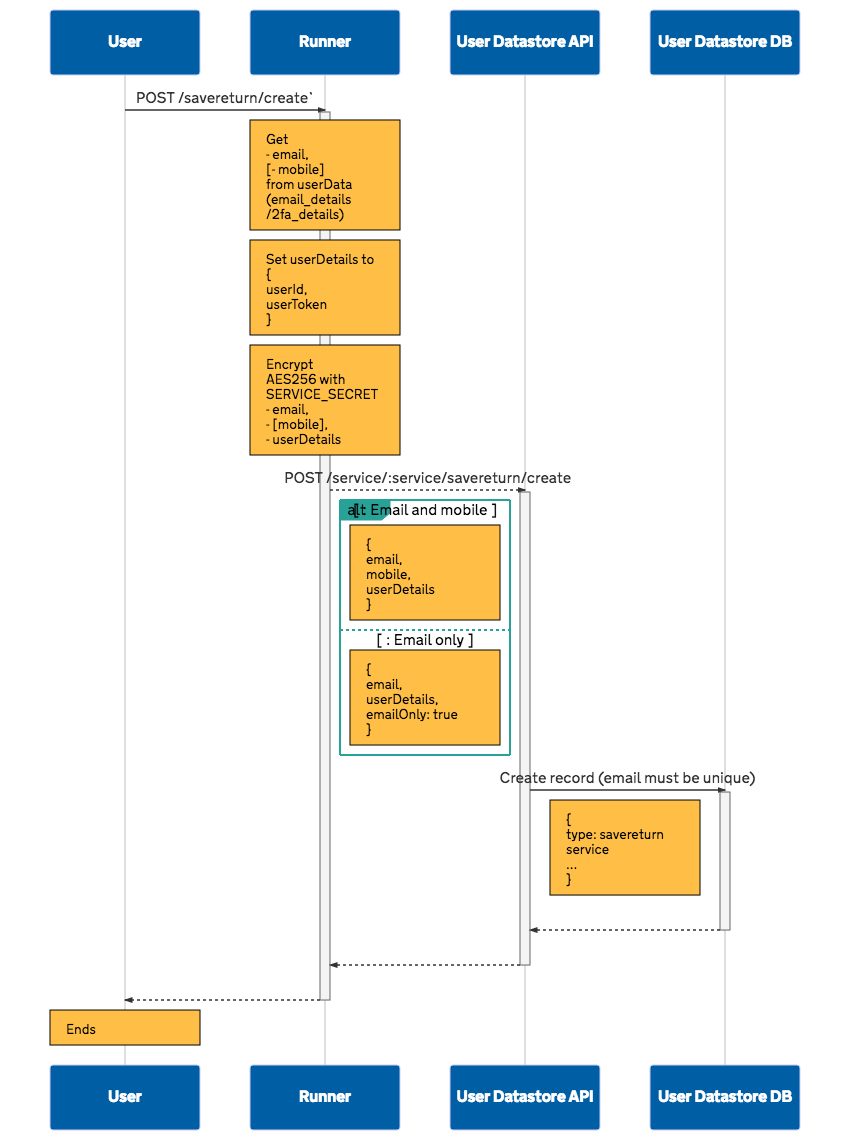
Before: documentation/running/save-and-return/images/return--setup--create-record.png, a diagram exported from Mermaid (ministryofjustice/form-builder). Its source is kept beside it as documentation/running/save-and-return/files/return--setup--create-record.mmd. Its diagram source:
```mermaid
sequenceDiagram

participant U as User

participant R as Runner

participant DS as User Datastore API

participant DB as User Datastore DB

U->>+R: POST /savereturn/create`

Note over R: Get<br>- email,<br>[- mobile]<br>from userData<br>(email_details<br>/2fa_details)

Note over R: Set userDetails to<br>{<br>userId,<br>userToken<br>}

Note over R: Encrypt <br>AES256 with <br>SERVICE_SECRET <br>- email, <br>- [mobile], <br>- userDetails

R-->>+DS: POST /service/:service/savereturn/create

alt: Email and mobile

  Note right of R: {<br>email,<br>mobile, <br>userDetails<br>}

else: Email only

  Note right of R: {<br>email,<br>userDetails, <br>emailOnly: true<br>}

end

DS->>+DB: Create record (email must be unique)

Note right of DS: {<br>type: savereturn<br>service<br>...<br>}

DB-->>-DS:

DS-->>-R:

R-->>-U:

Note over U: Ends
```
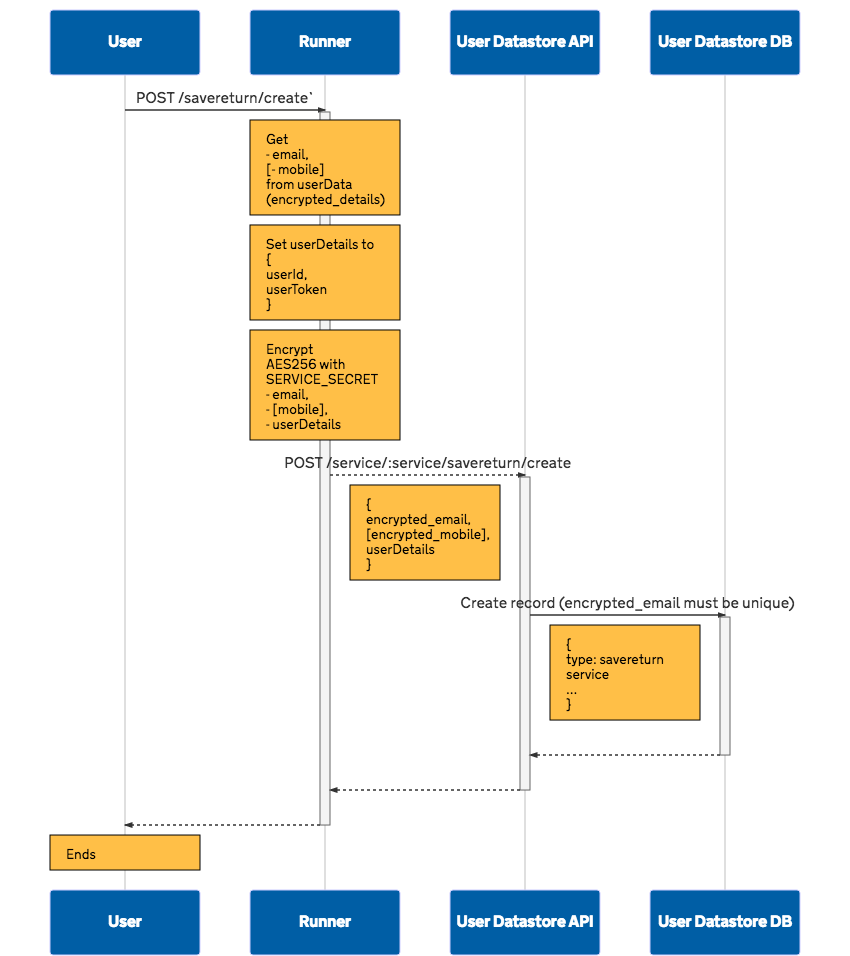
Above is the later version.

Diff of the diagram source:
```diff
@@ -10,25 +10,17 @@
 
 U->>+R: POST /savereturn/create`
 
-Note over R: Get<br>- email,<br>[- mobile]<br>from userData<br>(email_details<br>/2fa_details)
+Note over R: Get<br>- email,<br>[- mobile]<br>from userData<br>(encrypted_details)
 
-Note over R: Set userDetails to<br>{<br>userId,<br>userToken<br>}
+Note over R: Set encrypted_details to<br>{<br>userId,<br>userToken<br>email<br>mobile<br>}
 
-Note over R: Encrypt <br>AES256 with <br>SERVICE_SECRET <br>- email, <br>- [mobile], <br>- userDetails
+Note over R: Encrypt <br>AES256 with <br>SERVICE_SECRET <br>- email, <br>- encrypted_details
 
 R-->>+DS: POST /service/:service/savereturn/create
 
-alt: Email and mobile
+Note right of R: {<br>encrypted_email, <br>encrypted_details<br>}
 
-  Note right of R: {<br>email,<br>mobile, <br>userDetails<br>}
-
-else: Email only
-
-  Note right of R: {<br>email,<br>userDetails, <br>emailOnly: true<br>}
-
-end
-
-DS->>+DB: Create record (email must be unique)
+DS->>+DB: Create record (encrypted_email must be unique)
 
 Note right of DS: {<br>type: savereturn<br>service<br>...<br>}
 
```
